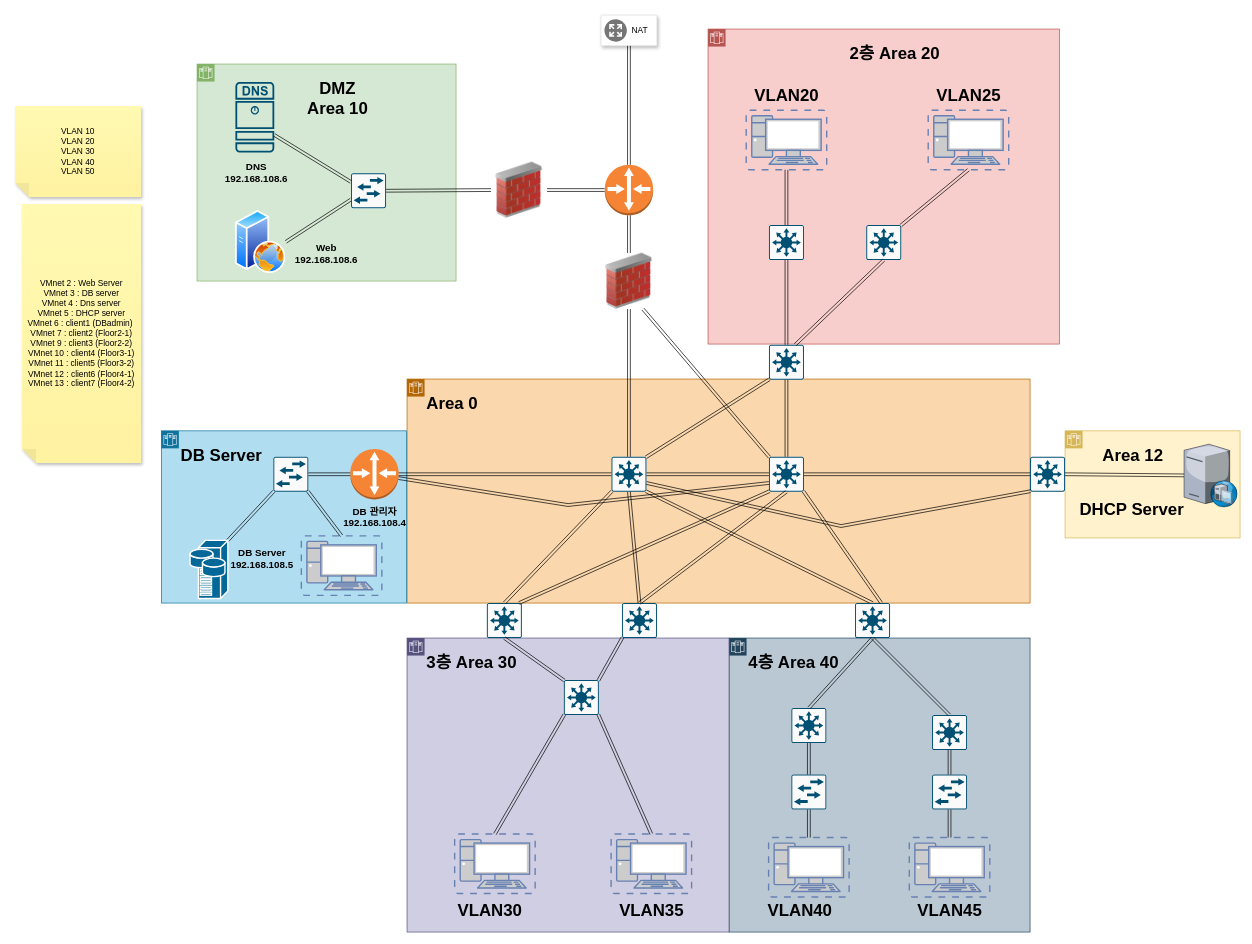
Before: cloudnetwork.drawio in donhaklee/CloudStudy, a draw.io diagram. Source tidied: cells renumbered, new cells numbered last; positions are measured from the earlier drawing's top-left corner, leaving out a move shared by most shapes. Both pictures are drawn from the tidied source at 70%, with x=0, y=0 at pixel (15, 15).
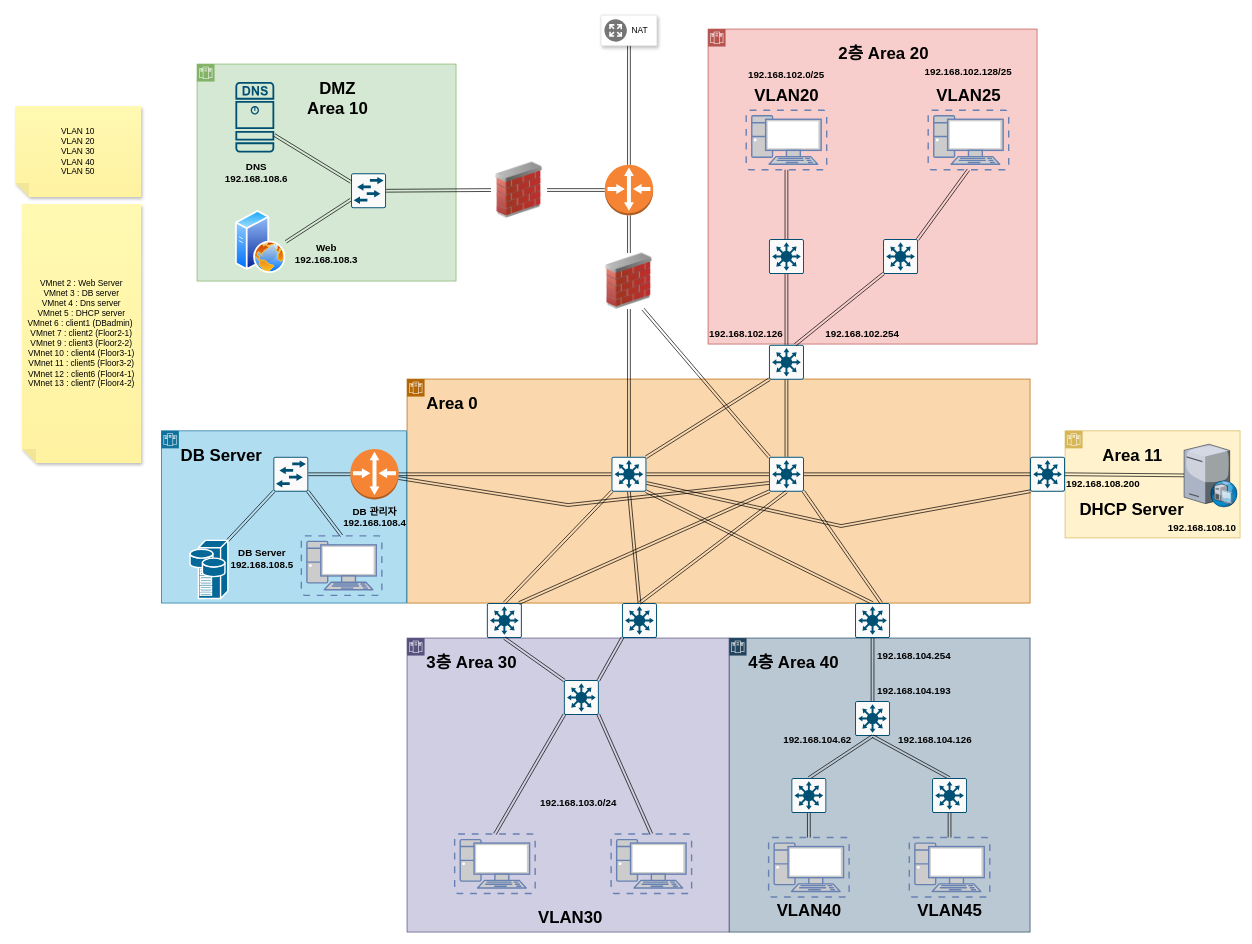
After the change.

Unchanged cells that the change refers to:
```xml
<mxCell id="9" value="&lt;h1&gt;4층 Area 40&lt;/h1&gt;" style="shape=mxgraph.ibm.box;prType=zone;fontStyle=0;verticalAlign=top;align=left;spacingLeft=32;spacingTop=4;fillColor=#bac8d3;rounded=0;whiteSpace=wrap;html=1;strokeColor=#23445d;strokeWidth=1;dashed=0;spacing=-4;" parent="1" vertex="1">
  <mxGeometry x="1020" y="890" width="430" height="420" as="geometry" />
</mxCell>
<mxCell id="20" style="fontColor=#0066CC;verticalAlign=top;verticalLabelPosition=bottom;labelPosition=center;align=center;html=1;outlineConnect=0;fillColor=#CCCCCC;strokeColor=#6881B3;gradientColor=none;gradientDirection=north;strokeWidth=2;shape=mxgraph.networks.virtual_pc;fontSize=14;" parent="9" vertex="1">
  <mxGeometry x="56.5" y="285" width="115" height="85" as="geometry" />
</mxCell>
<mxCell id="21" style="fontColor=#0066CC;verticalAlign=top;verticalLabelPosition=bottom;labelPosition=center;align=center;html=1;outlineConnect=0;fillColor=#CCCCCC;strokeColor=#6881B3;gradientColor=none;gradientDirection=north;strokeWidth=2;shape=mxgraph.networks.virtual_pc;fontSize=14;" parent="9" vertex="1">
  <mxGeometry x="257.5" y="285" width="115" height="85" as="geometry" />
</mxCell>
<mxCell id="30" value="&lt;h1&gt;3층 Area 30&lt;/h1&gt;" style="shape=mxgraph.ibm.box;prType=zone;fontStyle=0;verticalAlign=top;align=left;spacingLeft=32;spacingTop=4;fillColor=#d0cee2;rounded=0;whiteSpace=wrap;html=1;strokeColor=#56517e;strokeWidth=1;dashed=0;spacing=-4;" parent="1" vertex="1">
  <mxGeometry x="560" y="890" width="460" height="420" as="geometry" />
</mxCell>
<mxCell id="38" style="fontColor=#0066CC;verticalAlign=top;verticalLabelPosition=bottom;labelPosition=center;align=center;html=1;outlineConnect=0;fillColor=#CCCCCC;strokeColor=#6881B3;gradientColor=none;gradientDirection=north;strokeWidth=2;shape=mxgraph.networks.virtual_pc;fontSize=14;" parent="35" vertex="1">
  <mxGeometry x="54.5" y="116" width="115" height="85" as="geometry" />
</mxCell>
<mxCell id="45" value="&lt;h1&gt;DMZ&lt;br&gt;Area 10&lt;/h1&gt;" style="shape=mxgraph.ibm.box;prType=zone;fontStyle=0;verticalAlign=top;align=center;spacingLeft=32;spacingTop=4;fillColor=#d5e8d4;rounded=0;whiteSpace=wrap;html=1;strokeColor=#82b366;strokeWidth=1;dashed=0;spacing=-4;" parent="1" vertex="1">
  <mxGeometry x="260" y="70" width="370" height="310" as="geometry" />
</mxCell>
<mxCell id="55" style="sketch=0;points=[[0.015,0.015,0],[0.985,0.015,0],[0.985,0.985,0],[0.015,0.985,0],[0.25,0,0],[0.5,0,0],[0.75,0,0],[1,0.25,0],[1,0.5,0],[1,0.75,0],[0.75,1,0],[0.5,1,0],[0.25,1,0],[0,0.75,0],[0,0.5,0],[0,0.25,0]];verticalLabelPosition=bottom;html=1;verticalAlign=top;align=center;shape=mxgraph.cisco19.rect;prIcon=l3_switch;fillColor=#FAFAFA;strokeColor=#005073;" parent="1" vertex="1">
  <mxGeometry x="1077" y="471" width="50" height="50" as="geometry" />
</mxCell>
<mxCell id="80" style="sketch=0;points=[[0.015,0.015,0],[0.985,0.015,0],[0.985,0.985,0],[0.015,0.985,0],[0.25,0,0],[0.5,0,0],[0.75,0,0],[1,0.25,0],[1,0.5,0],[1,0.75,0],[0.75,1,0],[0.5,1,0],[0.25,1,0],[0,0.75,0],[0,0.5,0],[0,0.25,0]];verticalLabelPosition=bottom;html=1;verticalAlign=top;align=center;shape=mxgraph.cisco19.rect;prIcon=l3_switch;fillColor=#FAFAFA;strokeColor=#005073;" parent="1" vertex="1">
  <mxGeometry x="1200" y="840" width="50" height="50" as="geometry" />
</mxCell>
```

The edit, as a diff of the source:
```diff
@@
-    <mxCell id="2" value="&lt;h1&gt;&amp;nbsp; &amp;nbsp; Area 12&lt;/h1&gt;" style="shape=mxgraph.ibm.box;prType=zone;fontStyle=0;verticalAlign=top;align=left;spacingLeft=32;spacingTop=4;fillColor=#fff2cc;rounded=0;whiteSpace=wrap;html=1;strokeColor=#d6b656;strokeWidth=1;dashed=0;spacing=-4;" parent="1" vertex="1">
+    <mxCell id="2" value="&lt;h1&gt;&amp;nbsp; &amp;nbsp; Area 11&lt;/h1&gt;" style="shape=mxgraph.ibm.box;prType=zone;fontStyle=0;verticalAlign=top;align=left;spacingLeft=32;spacingTop=4;fillColor=#fff2cc;rounded=0;whiteSpace=wrap;html=1;strokeColor=#d6b656;strokeWidth=1;dashed=0;spacing=-4;" parent="1" vertex="1">
       <mxGeometry x="1500" y="594" width="250" height="153" as="geometry" />
     </mxCell>
@@
+    <mxCell id="95" value="&lt;b&gt;&lt;font style=&quot;font-size: 14px;&quot;&gt;192.168.108.10&lt;/font&gt;&lt;/b&gt;" style="text;html=1;strokeColor=none;fillColor=none;align=center;verticalAlign=middle;whiteSpace=wrap;rounded=0;" parent="2" vertex="1">
+      <mxGeometry x="146" y="123" width="100" height="30" as="geometry" />
+    </mxCell>
+    <mxCell id="96" value="&lt;b&gt;&lt;font style=&quot;font-size: 14px;&quot;&gt;192.168.108.200&lt;/font&gt;&lt;/b&gt;" style="text;html=1;strokeColor=none;fillColor=none;align=center;verticalAlign=middle;whiteSpace=wrap;rounded=0;" parent="2" vertex="1">
+      <mxGeometry y="61" width="108.5" height="30" as="geometry" />
+    </mxCell>
@@
-    <mxCell id="10" style="sketch=0;points=[[0.015,0.015,0],[0.985,0.015,0],[0.985,0.985,0],[0.015,0.985,0],[0.25,0,0],[0.5,0,0],[0.75,0,0],[1,0.25,0],[1,0.5,0],[1,0.75,0],[0.75,1,0],[0.5,1,0],[0.25,1,0],[0,0.75,0],[0,0.5,0],[0,0.25,0]];verticalLabelPosition=bottom;html=1;verticalAlign=top;align=center;shape=mxgraph.cisco19.rect;prIcon=l2_switch;fillColor=#FAFAFA;strokeColor=#005073;" parent="9" vertex="1">
-      <mxGeometry x="89" y="195" width="50" height="50" as="geometry" />
-    </mxCell>
-    <mxCell id="11" style="shape=link;html=1;rounded=0;exitX=0.5;exitY=1;exitDx=0;exitDy=0;exitPerimeter=0;entryX=0.5;entryY=0;entryDx=0;entryDy=0;entryPerimeter=0;" parent="9" edge="1" source="10" target="20">
+    <mxCell id="11" style="shape=link;html=1;rounded=0;exitX=0.5;exitY=1;exitDx=0;exitDy=0;exitPerimeter=0;entryX=0.5;entryY=0;entryDx=0;entryDy=0;entryPerimeter=0;" parent="9" edge="1" source="97" target="20">
       <mxGeometry relative="1" as="geometry" />
     </mxCell>
     <mxCell id="12" style="sketch=0;points=[[0.015,0.015,0],[0.985,0.015,0],[0.985,0.985,0],[0.015,0.985,0],[0.25,0,0],[0.5,0,0],[0.75,0,0],[1,0.25,0],[1,0.5,0],[1,0.75,0],[0.75,1,0],[0.5,1,0],[0.25,1,0],[0,0.75,0],[0,0.5,0],[0,0.25,0]];verticalLabelPosition=bottom;html=1;verticalAlign=top;align=center;shape=mxgraph.cisco19.rect;prIcon=l3_switch;fillColor=#FAFAFA;strokeColor=#005073;" parent="9" vertex="1">
-      <mxGeometry x="89" y="100" width="50" height="50" as="geometry" />
+      <mxGeometry x="180" y="90" width="50" height="50" as="geometry" />
     </mxCell>
-    <mxCell id="13" style="shape=link;html=1;rounded=0;exitX=0.5;exitY=1;exitDx=0;exitDy=0;exitPerimeter=0;entryX=0.5;entryY=0;entryDx=0;entryDy=0;entryPerimeter=0;" parent="9" edge="1" source="12" target="10">
+    <mxCell id="13" style="shape=link;html=1;rounded=0;exitX=0.5;exitY=1;exitDx=0;exitDy=0;exitPerimeter=0;entryX=0.5;entryY=0;entryDx=0;entryDy=0;entryPerimeter=0;" parent="9" edge="1" source="12" target="97">
       <mxGeometry relative="1" as="geometry" />
     </mxCell>
-    <mxCell id="14" style="sketch=0;points=[[0.015,0.015,0],[0.985,0.015,0],[0.985,0.985,0],[0.015,0.985,0],[0.25,0,0],[0.5,0,0],[0.75,0,0],[1,0.25,0],[1,0.5,0],[1,0.75,0],[0.75,1,0],[0.5,1,0],[0.25,1,0],[0,0.75,0],[0,0.5,0],[0,0.25,0]];verticalLabelPosition=bottom;html=1;verticalAlign=top;align=center;shape=mxgraph.cisco19.rect;prIcon=l3_switch;fillColor=#FAFAFA;strokeColor=#005073;" parent="9" vertex="1">
-      <mxGeometry x="290" y="110" width="50" height="50" as="geometry" />
-    </mxCell>
-    <mxCell id="15" style="sketch=0;points=[[0.015,0.015,0],[0.985,0.015,0],[0.985,0.985,0],[0.015,0.985,0],[0.25,0,0],[0.5,0,0],[0.75,0,0],[1,0.25,0],[1,0.5,0],[1,0.75,0],[0.75,1,0],[0.5,1,0],[0.25,1,0],[0,0.75,0],[0,0.5,0],[0,0.25,0]];verticalLabelPosition=bottom;html=1;verticalAlign=top;align=center;shape=mxgraph.cisco19.rect;prIcon=l2_switch;fillColor=#FAFAFA;strokeColor=#005073;" parent="9" vertex="1">
-      <mxGeometry x="290" y="195" width="50" height="50" as="geometry" />
-    </mxCell>
-    <mxCell id="16" style="shape=link;html=1;rounded=0;exitX=0.5;exitY=1;exitDx=0;exitDy=0;exitPerimeter=0;entryX=0.5;entryY=0;entryDx=0;entryDy=0;entryPerimeter=0;" parent="9" edge="1" source="14" target="15">
+    <mxCell id="16" style="shape=link;html=1;rounded=0;entryX=0.5;entryY=0;entryDx=0;entryDy=0;entryPerimeter=0;exitX=0.5;exitY=1;exitDx=0;exitDy=0;exitPerimeter=0;" parent="9" edge="1" source="12" target="98">
       <mxGeometry relative="1" as="geometry" />
     </mxCell>
-    <mxCell id="17" style="shape=link;html=1;rounded=0;exitX=0.5;exitY=1;exitDx=0;exitDy=0;exitPerimeter=0;entryX=0.5;entryY=0;entryDx=0;entryDy=0;entryPerimeter=0;" parent="9" edge="1" source="15" target="21">
+    <mxCell id="17" style="shape=link;html=1;rounded=0;exitX=0.5;exitY=1;exitDx=0;exitDy=0;exitPerimeter=0;entryX=0.5;entryY=0;entryDx=0;entryDy=0;entryPerimeter=0;" parent="9" edge="1" source="98" target="21">
       <mxGeometry relative="1" as="geometry" />
     </mxCell>
     <mxCell id="18" value="VLAN40" style="text;strokeColor=none;fillColor=none;html=1;fontSize=24;fontStyle=1;verticalAlign=middle;align=center;" parent="9" vertex="1">
-      <mxGeometry x="51" y="370" width="100" height="40" as="geometry" />
+      <mxGeometry x="64" y="370" width="100" height="40" as="geometry" />
     </mxCell>
@@
+    <mxCell id="97" style="sketch=0;points=[[0.015,0.015,0],[0.985,0.015,0],[0.985,0.985,0],[0.015,0.985,0],[0.25,0,0],[0.5,0,0],[0.75,0,0],[1,0.25,0],[1,0.5,0],[1,0.75,0],[0.75,1,0],[0.5,1,0],[0.25,1,0],[0,0.75,0],[0,0.5,0],[0,0.25,0]];verticalLabelPosition=bottom;html=1;verticalAlign=top;align=center;shape=mxgraph.cisco19.rect;prIcon=l3_switch;fillColor=#FAFAFA;strokeColor=#005073;" parent="9" vertex="1">
+      <mxGeometry x="89" y="200" width="50" height="50" as="geometry" />
+    </mxCell>
+    <mxCell id="98" style="sketch=0;points=[[0.015,0.015,0],[0.985,0.015,0],[0.985,0.985,0],[0.015,0.985,0],[0.25,0,0],[0.5,0,0],[0.75,0,0],[1,0.25,0],[1,0.5,0],[1,0.75,0],[0.75,1,0],[0.5,1,0],[0.25,1,0],[0,0.75,0],[0,0.5,0],[0,0.25,0]];verticalLabelPosition=bottom;html=1;verticalAlign=top;align=center;shape=mxgraph.cisco19.rect;prIcon=l3_switch;fillColor=#FAFAFA;strokeColor=#005073;" parent="9" vertex="1">
+      <mxGeometry x="290" y="200" width="50" height="50" as="geometry" />
+    </mxCell>
+    <mxCell id="99" value="&lt;b&gt;&lt;font style=&quot;font-size: 14px;&quot;&gt;192.168.104.62&lt;/font&gt;&lt;/b&gt;" style="text;html=1;strokeColor=none;fillColor=none;align=center;verticalAlign=middle;whiteSpace=wrap;rounded=0;" parent="9" vertex="1">
+      <mxGeometry x="71.5" y="130" width="108.5" height="30" as="geometry" />
+    </mxCell>
+    <mxCell id="100" value="&lt;b&gt;&lt;font style=&quot;font-size: 14px;&quot;&gt;192.168.104.126&lt;/font&gt;&lt;/b&gt;" style="text;html=1;strokeColor=none;fillColor=none;align=center;verticalAlign=middle;whiteSpace=wrap;rounded=0;" parent="9" vertex="1">
+      <mxGeometry x="240" y="130" width="108.5" height="30" as="geometry" />
+    </mxCell>
+    <mxCell id="101" value="&lt;b&gt;&lt;font style=&quot;font-size: 14px;&quot;&gt;192.168.104.254&lt;/font&gt;&lt;/b&gt;" style="text;html=1;strokeColor=none;fillColor=none;align=center;verticalAlign=middle;whiteSpace=wrap;rounded=0;" parent="9" vertex="1">
+      <mxGeometry x="210" y="10" width="108.5" height="30" as="geometry" />
+    </mxCell>
+    <mxCell id="102" value="&lt;b&gt;&lt;font style=&quot;font-size: 14px;&quot;&gt;192.168.104.193&lt;/font&gt;&lt;/b&gt;" style="text;html=1;strokeColor=none;fillColor=none;align=center;verticalAlign=middle;whiteSpace=wrap;rounded=0;" parent="9" vertex="1">
+      <mxGeometry x="210" y="60" width="108.5" height="30" as="geometry" />
+    </mxCell>
@@
     <mxCell id="31" value="VLAN30" style="text;strokeColor=none;fillColor=none;html=1;fontSize=24;fontStyle=1;verticalAlign=middle;align=center;" parent="30" vertex="1">
-      <mxGeometry x="68" y="370" width="100" height="40" as="geometry" />
+      <mxGeometry x="183" y="379" width="100" height="40" as="geometry" />
     </mxCell>
-    <mxCell id="32" value="VLAN35" style="text;strokeColor=none;fillColor=none;html=1;fontSize=24;fontStyle=1;verticalAlign=middle;align=center;" parent="30" vertex="1">
-      <mxGeometry x="299" y="370" width="100" height="40" as="geometry" />
-    </mxCell>
@@
+    <mxCell id="103" value="&lt;b&gt;&lt;font style=&quot;font-size: 14px;&quot;&gt;192.168.103.0/24&lt;/font&gt;&lt;/b&gt;" style="text;html=1;strokeColor=none;fillColor=none;align=center;verticalAlign=middle;whiteSpace=wrap;rounded=0;" parent="30" vertex="1">
+      <mxGeometry x="180" y="220" width="130" height="30" as="geometry" />
+    </mxCell>
     <mxCell id="35" value="&lt;h1&gt;2층 Area 20&lt;/h1&gt;" style="shape=mxgraph.ibm.box;prType=zone;fontStyle=0;verticalAlign=top;align=center;spacingLeft=32;spacingTop=4;fillColor=#f8cecc;rounded=0;whiteSpace=wrap;html=1;strokeColor=#b85450;strokeWidth=1;dashed=0;spacing=-4;" parent="1" vertex="1">
-      <mxGeometry x="990" y="20" width="502" height="450" as="geometry" />
+      <mxGeometry x="990" y="20" width="470" height="450" as="geometry" />
     </mxCell>
@@
     <mxCell id="40" style="sketch=0;points=[[0.015,0.015,0],[0.985,0.015,0],[0.985,0.985,0],[0.015,0.985,0],[0.25,0,0],[0.5,0,0],[0.75,0,0],[1,0.25,0],[1,0.5,0],[1,0.75,0],[0.75,1,0],[0.5,1,0],[0.25,1,0],[0,0.75,0],[0,0.5,0],[0,0.25,0]];verticalLabelPosition=bottom;html=1;verticalAlign=top;align=center;shape=mxgraph.cisco19.rect;prIcon=l3_switch;fillColor=#FAFAFA;strokeColor=#005073;" parent="35" vertex="1">
-      <mxGeometry x="87" y="280" width="50" height="50" as="geometry" />
+      <mxGeometry x="87" y="300" width="50" height="50" as="geometry" />
     </mxCell>
@@
-    <mxCell id="42" style="shape=link;html=1;rounded=0;exitX=0.5;exitY=0;exitDx=0;exitDy=0;exitPerimeter=0;entryX=0.5;entryY=1;entryDx=0;entryDy=0;entryPerimeter=0;startArrow=none;" parent="35" edge="1" source="40" target="38">
-      <mxGeometry relative="1" as="geometry" />
-    </mxCell>
     <mxCell id="43" style="sketch=0;points=[[0.015,0.015,0],[0.985,0.015,0],[0.985,0.985,0],[0.015,0.985,0],[0.25,0,0],[0.5,0,0],[0.75,0,0],[1,0.25,0],[1,0.5,0],[1,0.75,0],[0.75,1,0],[0.5,1,0],[0.25,1,0],[0,0.75,0],[0,0.5,0],[0,0.25,0]];verticalLabelPosition=bottom;html=1;verticalAlign=top;align=center;shape=mxgraph.cisco19.rect;prIcon=l3_switch;fillColor=#FAFAFA;strokeColor=#005073;" parent="35" vertex="1">
-      <mxGeometry x="226" y="280" width="50" height="50" as="geometry" />
+      <mxGeometry x="250" y="300" width="50" height="50" as="geometry" />
     </mxCell>
@@
+    <mxCell id="104" style="shape=link;html=1;rounded=0;exitX=0.5;exitY=1;exitDx=0;exitDy=0;exitPerimeter=0;entryX=0.5;entryY=0;entryDx=0;entryDy=0;entryPerimeter=0;" parent="35" edge="1" source="38" target="40">
+      <mxGeometry relative="1" as="geometry" />
+    </mxCell>
+    <mxCell id="105" value="&lt;b&gt;&lt;font style=&quot;font-size: 14px;&quot;&gt;192.168.102.126&lt;/font&gt;&lt;/b&gt;" style="text;html=1;strokeColor=none;fillColor=none;align=center;verticalAlign=middle;whiteSpace=wrap;rounded=0;" parent="35" vertex="1">
+      <mxGeometry y="420" width="108.5" height="30" as="geometry" />
+    </mxCell>
+    <mxCell id="106" value="&lt;b&gt;&lt;font style=&quot;font-size: 14px;&quot;&gt;192.168.102.254&lt;/font&gt;&lt;/b&gt;" style="text;html=1;strokeColor=none;fillColor=none;align=center;verticalAlign=middle;whiteSpace=wrap;rounded=0;" parent="35" vertex="1">
+      <mxGeometry x="166" y="420" width="108.5" height="30" as="geometry" />
+    </mxCell>
+    <mxCell id="107" value="&lt;b&gt;&lt;font style=&quot;font-size: 14px;&quot;&gt;192.168.102.0/25&lt;/font&gt;&lt;/b&gt;" style="text;html=1;strokeColor=none;fillColor=none;align=center;verticalAlign=middle;whiteSpace=wrap;rounded=0;" parent="35" vertex="1">
+      <mxGeometry x="47" y="50" width="130" height="30" as="geometry" />
+    </mxCell>
+    <mxCell id="108" value="&lt;b&gt;&lt;font style=&quot;font-size: 14px;&quot;&gt;192.168.102.128/25&lt;/font&gt;&lt;/b&gt;" style="text;html=1;strokeColor=none;fillColor=none;align=center;verticalAlign=middle;whiteSpace=wrap;rounded=0;" parent="35" vertex="1">
+      <mxGeometry x="307" y="46" width="130" height="30" as="geometry" />
+    </mxCell>
@@
-    <mxCell id="47" value="&lt;b&gt;&lt;font style=&quot;font-size: 14px;&quot;&gt;Web&lt;br&gt;192.168.108.6&lt;/font&gt;&lt;/b&gt;" style="text;html=1;strokeColor=none;fillColor=none;align=center;verticalAlign=middle;whiteSpace=wrap;rounded=0;" parent="45" vertex="1">
+    <mxCell id="47" value="&lt;b&gt;&lt;font style=&quot;font-size: 14px;&quot;&gt;Web&lt;br&gt;192.168.108.3&lt;/font&gt;&lt;/b&gt;" style="text;html=1;strokeColor=none;fillColor=none;align=center;verticalAlign=middle;whiteSpace=wrap;rounded=0;" parent="45" vertex="1">
       <mxGeometry x="135" y="256" width="100" height="30" as="geometry" />
     </mxCell>
@@
-    <mxCell id="82" style="shape=link;html=1;rounded=0;exitX=0.5;exitY=1;exitDx=0;exitDy=0;exitPerimeter=0;entryX=0.5;entryY=0;entryDx=0;entryDy=0;entryPerimeter=0;" parent="1" edge="1" source="80" target="14">
-      <mxGeometry relative="1" as="geometry" />
-    </mxCell>
@@
-    <mxCell id="94" style="shape=link;html=1;rounded=0;exitX=0.5;exitY=1;exitDx=0;exitDy=0;exitPerimeter=0;entryX=0.75;entryY=0;entryDx=0;entryDy=0;entryPerimeter=0;" parent="1" edge="1" source="43" target="55">
+    <mxCell id="94" style="shape=link;html=1;rounded=0;exitX=0.015;exitY=0.985;exitDx=0;exitDy=0;exitPerimeter=0;entryX=0.75;entryY=0;entryDx=0;entryDy=0;entryPerimeter=0;" parent="1" edge="1" source="43" target="55">
       <mxGeometry relative="1" as="geometry" />
     </mxCell>
```
